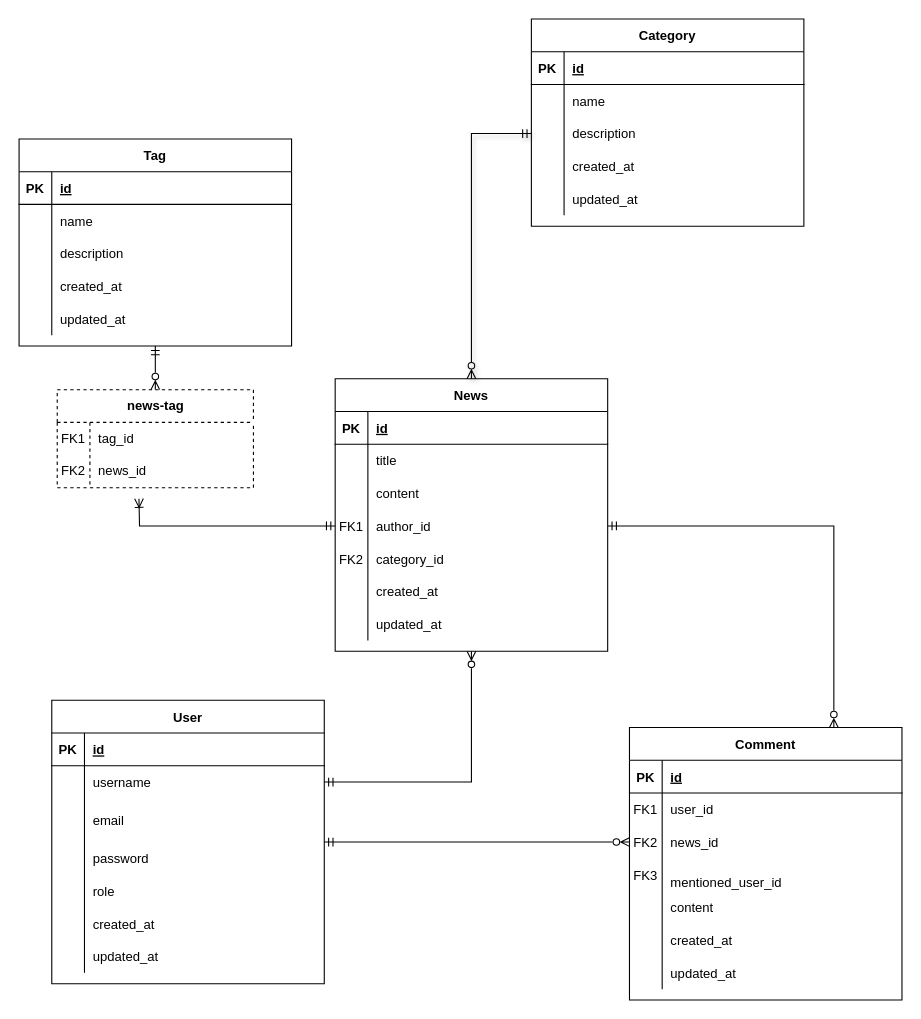
This is Diagrama sem nome.drawio from patorishia/TW-projeto1, a draw.io file, before an edit. Source tidied: cells renumbered, new cells numbered last; positions are measured from the earlier drawing's top-left corner, leaving out a move shared by most shapes. Both pictures are drawn from the tidied source at 109%, with x=0, y=0 at pixel (19, 19).
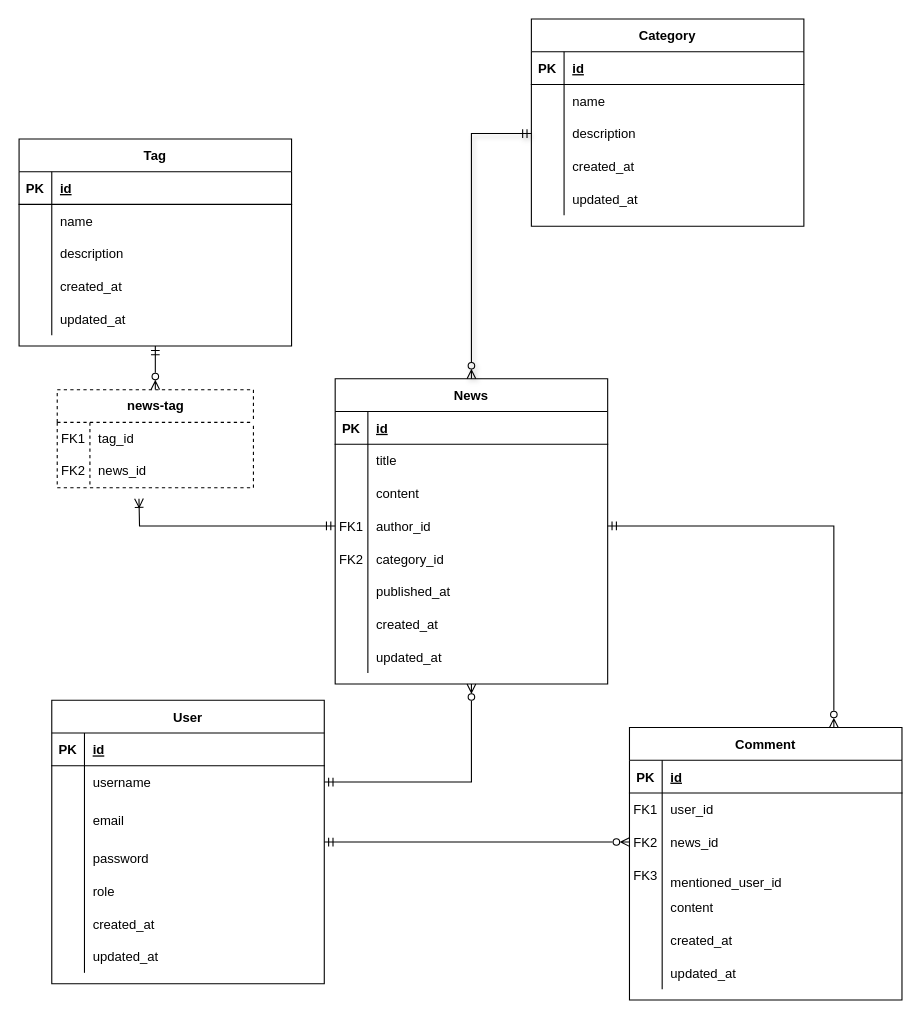
Above is the later version.

Diff of the diagram source:
```diff
@@
     <mxCell id="2" value="News" style="shape=table;startSize=30;childLayout=tableLayout;rowLines=0;fontStyle=1;align=center;" parent="1" vertex="1">
-      <mxGeometry x="290" y="330" width="250" height="250" as="geometry" />
+      <mxGeometry x="290" y="330" width="250" height="280" as="geometry" />
     </mxCell>
@@
+    <mxCell id="113" style="shape=partialRectangle;fillColor=none;top=0;left=0;right=0;bottom=0;" parent="2" vertex="1">
+      <mxGeometry y="180" width="250" height="30" as="geometry" />
+    </mxCell>
+    <mxCell id="114" style="shape=partialRectangle;overflow=hidden;fillColor=none;top=0;left=0;bottom=0;right=0;" parent="113" vertex="1">
+      <mxGeometry width="30" height="30" as="geometry" />
+    </mxCell>
+    <mxCell id="115" value="published_at" style="shape=partialRectangle;overflow=hidden;fillColor=none;top=0;left=0;bottom=0;right=0;align=left;spacingLeft=6;" parent="113" vertex="1">
+      <mxGeometry x="30" width="220" height="30" as="geometry" />
+    </mxCell>
     <mxCell id="18" style="shape=partialRectangle;fillColor=none;top=0;left=0;right=0;bottom=0;" parent="2" vertex="1">
-      <mxGeometry y="180" width="250" height="30" as="geometry" />
+      <mxGeometry y="210" width="250" height="30" as="geometry" />
     </mxCell>
@@
     <mxCell id="21" style="shape=partialRectangle;fillColor=none;top=0;left=0;right=0;bottom=0;" parent="2" vertex="1">
-      <mxGeometry y="210" width="250" height="30" as="geometry" />
+      <mxGeometry y="240" width="250" height="30" as="geometry" />
     </mxCell>
```
